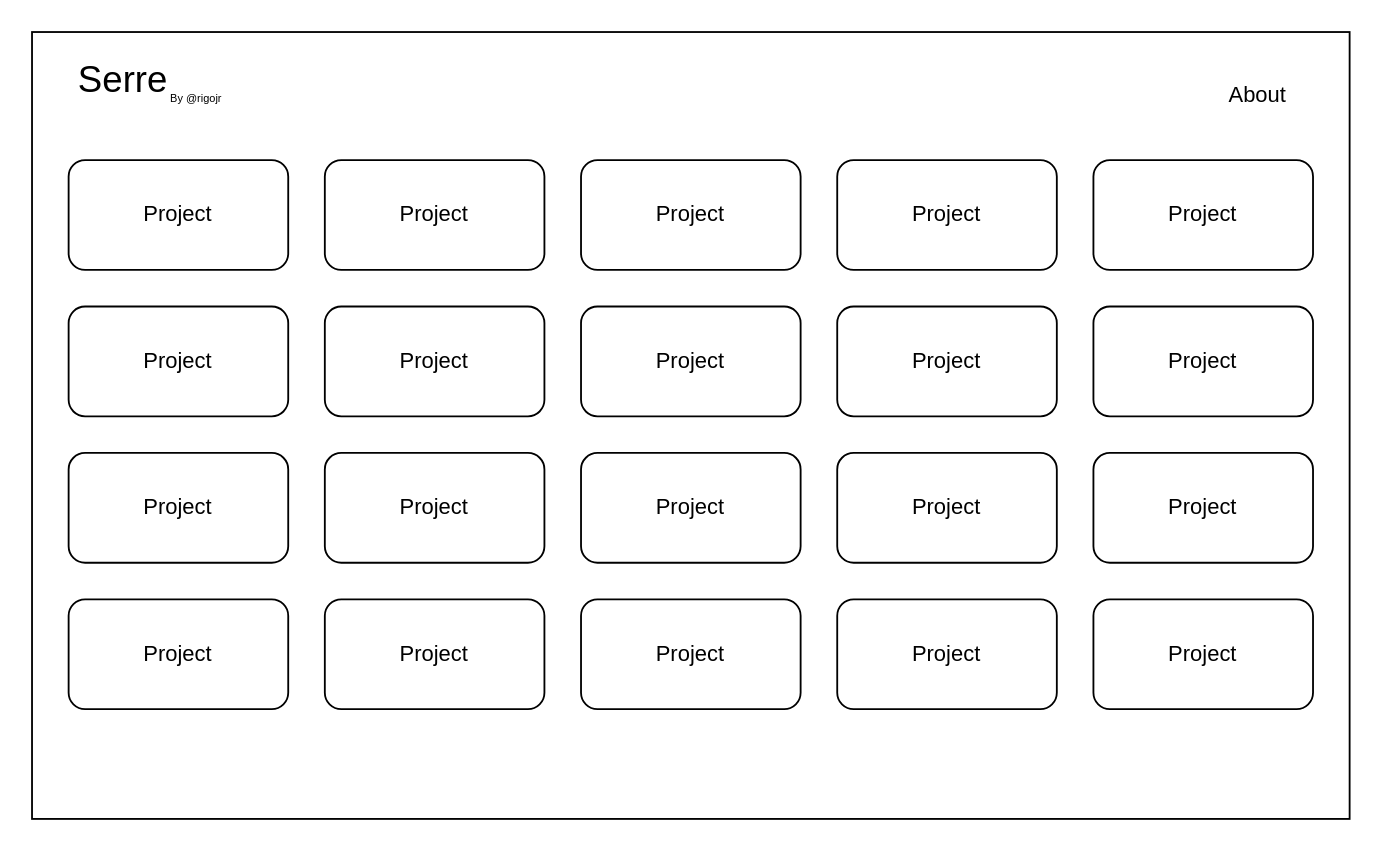
This is designs/serra-home-app.drawio from rigojr/serre, a draw.io file, before an edit. Source tidied: cells renumbered, new cells numbered last; positions are measured from the earlier drawing's top-left corner, leaving out a move shared by most shapes. Both pictures are drawn from the tidied source at 183%, with x=0, y=0 at pixel (31, 31).
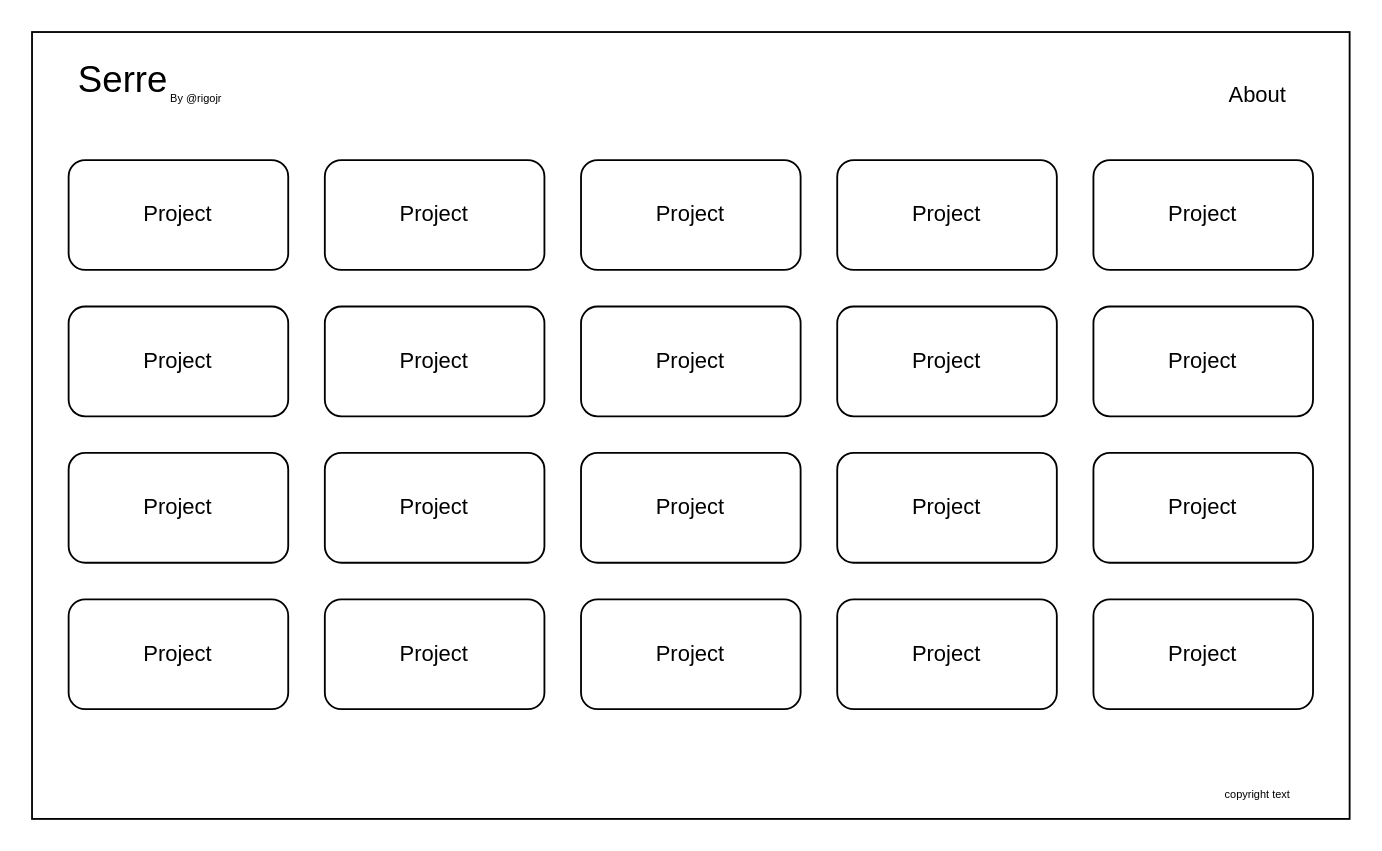
Above is the later version.

The edit, as a diff of the source:
```diff
@@
+    <mxCell id="26" value="&lt;font style=&quot;font-size: 6px;&quot;&gt;copyright text&lt;/font&gt;" style="text;html=1;strokeColor=none;fillColor=none;align=center;verticalAlign=middle;whiteSpace=wrap;rounded=0;" parent="1" vertex="1">
+      <mxGeometry x="640" y="400" width="60" height="30" as="geometry" />
+    </mxCell>
```
